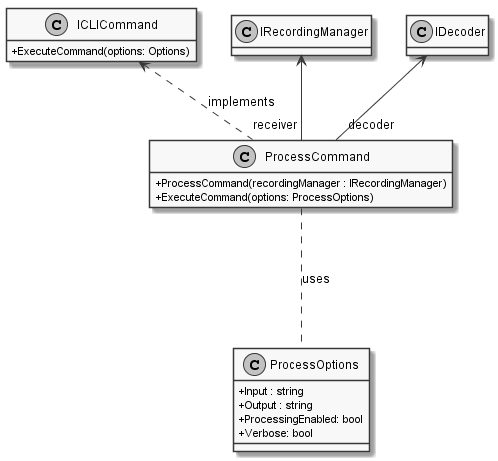
This is documents/sd/resources/Classes/Core/CLI/ProcessCommand.png from insightmind/MORR, a PlantUML export, as it was before one commit. Source of this version:
```plantuml
@startuml ProcessCommand
skinparam monochrome true
skinparam classAttributeIconSize 0
hide empty fields

class ICLICommand {
    + ExecuteCommand(options: Options)
}

class ProcessOptions {
    + Input : string
    + Output : string
    + ProcessingEnabled: bool
    + Verbose: bool
}

class ProcessCommand {
    + ProcessCommand(recordingManager : IRecordingManager)
    + ExecuteCommand(options: ProcessOptions)
}

ProcessCommand ... ProcessOptions : uses
ICLICommand <.. ProcessCommand : implements
IRecordingManager <-- "receiver" ProcessCommand
IDecoder <-- "decoder" ProcessCommand
@enduml
```
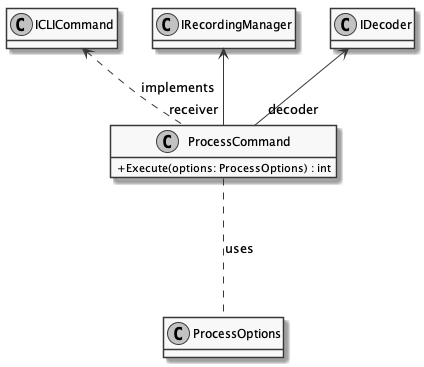
After the commit.

Diff of the diagram source:
```diff
@@ -3,22 +3,9 @@
 skinparam classAttributeIconSize 0
 hide empty fields
 
-class ICLICommand {
-    + ExecuteCommand(options: Options)
+class ProcessCommand {
+    + Execute(options: ProcessOptions) : int
 }
-
-class ProcessOptions {
-    + Input : string
-    + Output : string
-    + ProcessingEnabled: bool
-    + Verbose: bool
-}
-
-class ProcessCommand {
-    + ProcessCommand(recordingManager : IRecordingManager)
-    + ExecuteCommand(options: ProcessOptions)
-}
-
 ProcessCommand ... ProcessOptions : uses
 ICLICommand <.. ProcessCommand : implements
 IRecordingManager <-- "receiver" ProcessCommand
```
